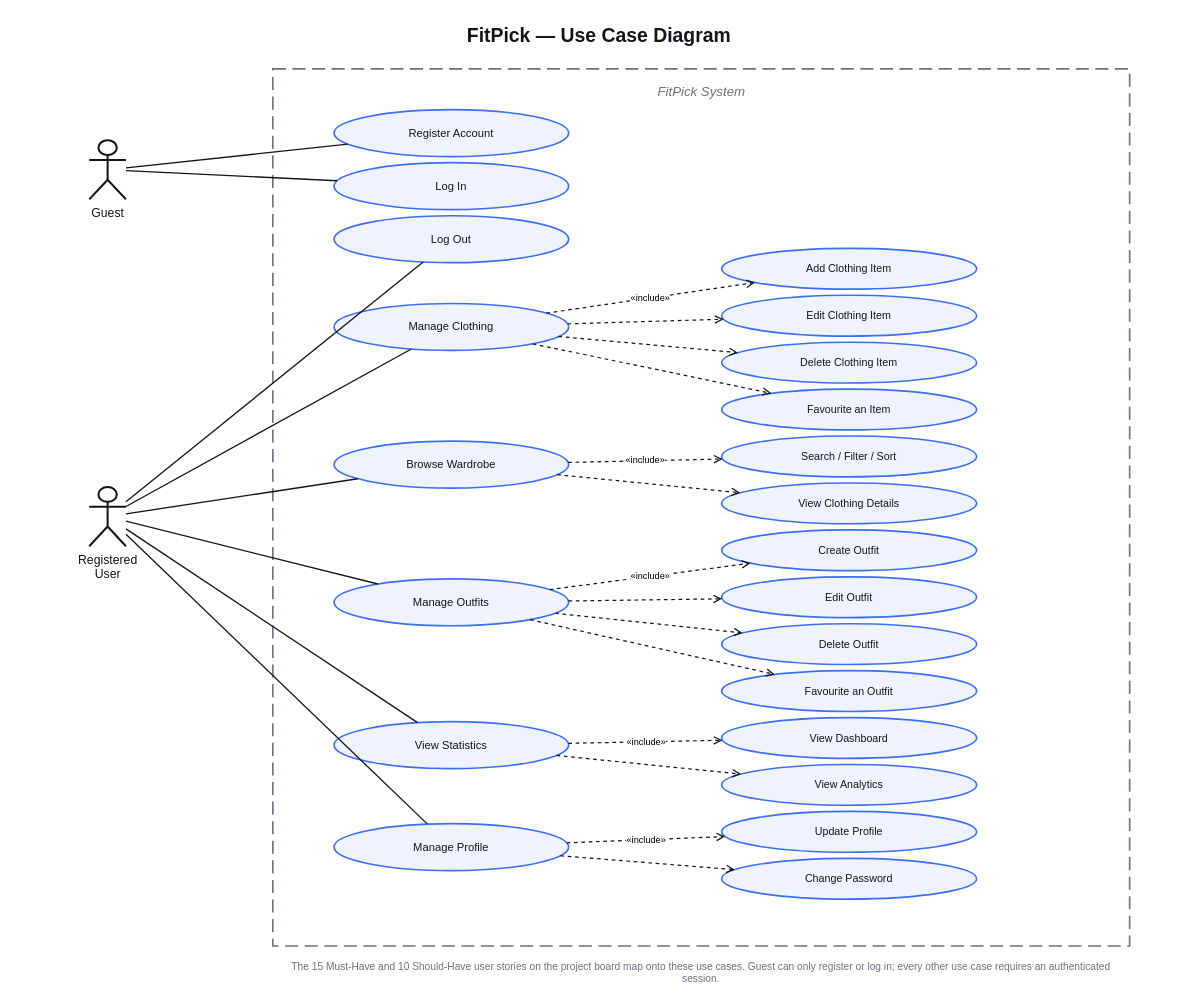
nithi0307/fitpick keeps this draw.io diagram as docs/design/diagrams/use-case.drawio. Above is the earlier version. Source tidied: cells renumbered, new cells numbered last; positions are measured from the earlier drawing's top-left corner, leaving out a move shared by most shapes. Both pictures are drawn from the tidied source at 102%, with x=0, y=0 at pixel (17, 17).
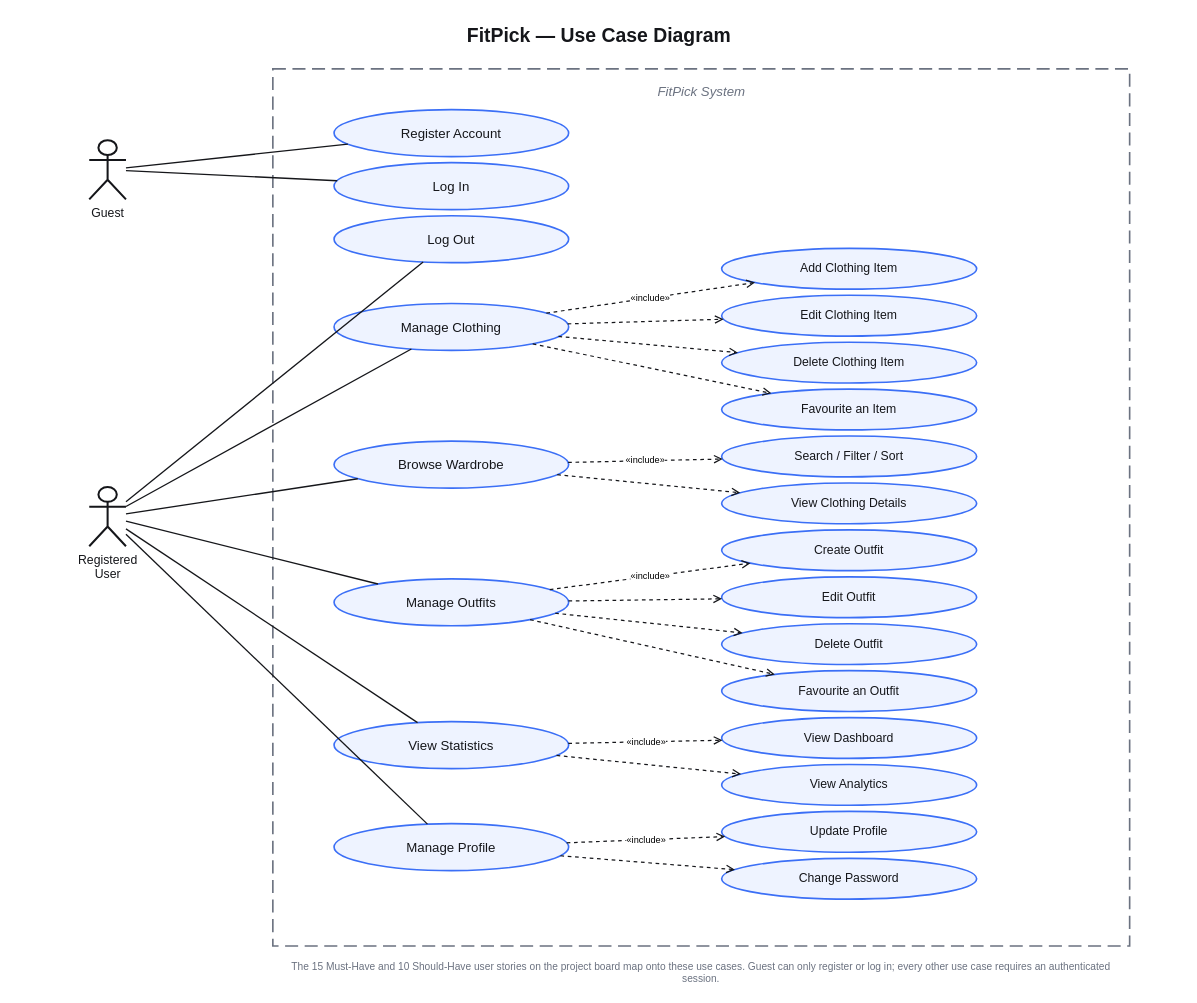
Above is the later version.

The edit, as a diff of the source:
```diff
@@
-    <mxCell id="6" value="Register Account" style="ellipse;whiteSpace=wrap;html=1;fillColor=#eef3ff;strokeColor=#3b6ff6;strokeWidth=1.6;fontSize=11;fontColor=#15161a;" parent="1" vertex="1">
+    <mxCell id="6" value="Register Account" style="ellipse;whiteSpace=wrap;html=1;fillColor=#eef3ff;strokeColor=#3b6ff6;strokeWidth=1.6;fontSize=13;fontColor=#15161a;" parent="1" vertex="1">
       <mxGeometry x="310" y="90" width="230" height="46" as="geometry" />
     </mxCell>
-    <mxCell id="7" value="Log In" style="ellipse;whiteSpace=wrap;html=1;fillColor=#eef3ff;strokeColor=#3b6ff6;strokeWidth=1.6;fontSize=11;fontColor=#15161a;" parent="1" vertex="1">
+    <mxCell id="7" value="Log In" style="ellipse;whiteSpace=wrap;html=1;fillColor=#eef3ff;strokeColor=#3b6ff6;strokeWidth=1.6;fontSize=13;fontColor=#15161a;" parent="1" vertex="1">
       <mxGeometry x="310" y="142" width="230" height="46" as="geometry" />
     </mxCell>
-    <mxCell id="8" value="Log Out" style="ellipse;whiteSpace=wrap;html=1;fillColor=#eef3ff;strokeColor=#3b6ff6;strokeWidth=1.6;fontSize=11;fontColor=#15161a;" parent="1" vertex="1">
+    <mxCell id="8" value="Log Out" style="ellipse;whiteSpace=wrap;html=1;fillColor=#eef3ff;strokeColor=#3b6ff6;strokeWidth=1.6;fontSize=13;fontColor=#15161a;" parent="1" vertex="1">
       <mxGeometry x="310" y="194" width="230" height="46" as="geometry" />
     </mxCell>
-    <mxCell id="9" value="Manage Clothing" style="ellipse;whiteSpace=wrap;html=1;fillColor=#eef3ff;strokeColor=#3b6ff6;strokeWidth=1.6;fontSize=11;fontColor=#15161a;" parent="1" vertex="1">
+    <mxCell id="9" value="Manage Clothing" style="ellipse;whiteSpace=wrap;html=1;fillColor=#eef3ff;strokeColor=#3b6ff6;strokeWidth=1.6;fontSize=13;fontColor=#15161a;" parent="1" vertex="1">
       <mxGeometry x="310" y="280" width="230" height="46" as="geometry" />
     </mxCell>
-    <mxCell id="10" value="Browse Wardrobe" style="ellipse;whiteSpace=wrap;html=1;fillColor=#eef3ff;strokeColor=#3b6ff6;strokeWidth=1.6;fontSize=11;fontColor=#15161a;" parent="1" vertex="1">
+    <mxCell id="10" value="Browse Wardrobe" style="ellipse;whiteSpace=wrap;html=1;fillColor=#eef3ff;strokeColor=#3b6ff6;strokeWidth=1.6;fontSize=13;fontColor=#15161a;" parent="1" vertex="1">
       <mxGeometry x="310" y="415" width="230" height="46" as="geometry" />
     </mxCell>
-    <mxCell id="11" value="Manage Outfits" style="ellipse;whiteSpace=wrap;html=1;fillColor=#eef3ff;strokeColor=#3b6ff6;strokeWidth=1.6;fontSize=11;fontColor=#15161a;" parent="1" vertex="1">
+    <mxCell id="11" value="Manage Outfits" style="ellipse;whiteSpace=wrap;html=1;fillColor=#eef3ff;strokeColor=#3b6ff6;strokeWidth=1.6;fontSize=13;fontColor=#15161a;" parent="1" vertex="1">
       <mxGeometry x="310" y="550" width="230" height="46" as="geometry" />
     </mxCell>
-    <mxCell id="12" value="View Statistics" style="ellipse;whiteSpace=wrap;html=1;fillColor=#eef3ff;strokeColor=#3b6ff6;strokeWidth=1.6;fontSize=11;fontColor=#15161a;" parent="1" vertex="1">
+    <mxCell id="12" value="View Statistics" style="ellipse;whiteSpace=wrap;html=1;fillColor=#eef3ff;strokeColor=#3b6ff6;strokeWidth=1.6;fontSize=13;fontColor=#15161a;" parent="1" vertex="1">
       <mxGeometry x="310" y="690" width="230" height="46" as="geometry" />
     </mxCell>
-    <mxCell id="13" value="Manage Profile" style="ellipse;whiteSpace=wrap;html=1;fillColor=#eef3ff;strokeColor=#3b6ff6;strokeWidth=1.6;fontSize=11;fontColor=#15161a;" parent="1" vertex="1">
+    <mxCell id="13" value="Manage Profile" style="ellipse;whiteSpace=wrap;html=1;fillColor=#eef3ff;strokeColor=#3b6ff6;strokeWidth=1.6;fontSize=13;fontColor=#15161a;" parent="1" vertex="1">
       <mxGeometry x="310" y="790" width="230" height="46" as="geometry" />
     </mxCell>
-    <mxCell id="14" value="Add Clothing Item" style="ellipse;whiteSpace=wrap;html=1;fillColor=#eef3ff;strokeColor=#3b6ff6;strokeWidth=1.6;fontSize=10.5;fontColor=#15161a;" parent="1" vertex="1">
+    <mxCell id="14" value="Add Clothing Item" style="ellipse;whiteSpace=wrap;html=1;fillColor=#eef3ff;strokeColor=#3b6ff6;strokeWidth=1.6;fontSize=12;fontColor=#15161a;" parent="1" vertex="1">
       <mxGeometry x="690" y="226" width="250" height="40" as="geometry" />
     </mxCell>
-    <mxCell id="15" value="Edit Clothing Item" style="ellipse;whiteSpace=wrap;html=1;fillColor=#eef3ff;strokeColor=#3b6ff6;strokeWidth=1.6;fontSize=10.5;fontColor=#15161a;" parent="1" vertex="1">
+    <mxCell id="15" value="Edit Clothing Item" style="ellipse;whiteSpace=wrap;html=1;fillColor=#eef3ff;strokeColor=#3b6ff6;strokeWidth=1.6;fontSize=12;fontColor=#15161a;" parent="1" vertex="1">
       <mxGeometry x="690" y="272" width="250" height="40" as="geometry" />
     </mxCell>
-    <mxCell id="16" value="Delete Clothing Item" style="ellipse;whiteSpace=wrap;html=1;fillColor=#eef3ff;strokeColor=#3b6ff6;strokeWidth=1.6;fontSize=10.5;fontColor=#15161a;" parent="1" vertex="1">
+    <mxCell id="16" value="Delete Clothing Item" style="ellipse;whiteSpace=wrap;html=1;fillColor=#eef3ff;strokeColor=#3b6ff6;strokeWidth=1.6;fontSize=12;fontColor=#15161a;" parent="1" vertex="1">
       <mxGeometry x="690" y="318" width="250" height="40" as="geometry" />
     </mxCell>
-    <mxCell id="17" value="Favourite an Item" style="ellipse;whiteSpace=wrap;html=1;fillColor=#eef3ff;strokeColor=#3b6ff6;strokeWidth=1.6;fontSize=10.5;fontColor=#15161a;" parent="1" vertex="1">
+    <mxCell id="17" value="Favourite an Item" style="ellipse;whiteSpace=wrap;html=1;fillColor=#eef3ff;strokeColor=#3b6ff6;strokeWidth=1.6;fontSize=12;fontColor=#15161a;" parent="1" vertex="1">
       <mxGeometry x="690" y="364" width="250" height="40" as="geometry" />
     </mxCell>
-    <mxCell id="18" value="Search / Filter / Sort" style="ellipse;whiteSpace=wrap;html=1;fillColor=#eef3ff;strokeColor=#3b6ff6;strokeWidth=1.6;fontSize=10.5;fontColor=#15161a;" parent="1" vertex="1">
+    <mxCell id="18" value="Search / Filter / Sort" style="ellipse;whiteSpace=wrap;html=1;fillColor=#eef3ff;strokeColor=#3b6ff6;strokeWidth=1.6;fontSize=12;fontColor=#15161a;" parent="1" vertex="1">
       <mxGeometry x="690" y="410" width="250" height="40" as="geometry" />
     </mxCell>
-    <mxCell id="19" value="View Clothing Details" style="ellipse;whiteSpace=wrap;html=1;fillColor=#eef3ff;strokeColor=#3b6ff6;strokeWidth=1.6;fontSize=10.5;fontColor=#15161a;" parent="1" vertex="1">
+    <mxCell id="19" value="View Clothing Details" style="ellipse;whiteSpace=wrap;html=1;fillColor=#eef3ff;strokeColor=#3b6ff6;strokeWidth=1.6;fontSize=12;fontColor=#15161a;" parent="1" vertex="1">
       <mxGeometry x="690" y="456" width="250" height="40" as="geometry" />
     </mxCell>
-    <mxCell id="20" value="Create Outfit" style="ellipse;whiteSpace=wrap;html=1;fillColor=#eef3ff;strokeColor=#3b6ff6;strokeWidth=1.6;fontSize=10.5;fontColor=#15161a;" parent="1" vertex="1">
+    <mxCell id="20" value="Create Outfit" style="ellipse;whiteSpace=wrap;html=1;fillColor=#eef3ff;strokeColor=#3b6ff6;strokeWidth=1.6;fontSize=12;fontColor=#15161a;" parent="1" vertex="1">
       <mxGeometry x="690" y="502" width="250" height="40" as="geometry" />
     </mxCell>
-    <mxCell id="21" value="Edit Outfit" style="ellipse;whiteSpace=wrap;html=1;fillColor=#eef3ff;strokeColor=#3b6ff6;strokeWidth=1.6;fontSize=10.5;fontColor=#15161a;" parent="1" vertex="1">
+    <mxCell id="21" value="Edit Outfit" style="ellipse;whiteSpace=wrap;html=1;fillColor=#eef3ff;strokeColor=#3b6ff6;strokeWidth=1.6;fontSize=12;fontColor=#15161a;" parent="1" vertex="1">
       <mxGeometry x="690" y="548" width="250" height="40" as="geometry" />
     </mxCell>
-    <mxCell id="22" value="Delete Outfit" style="ellipse;whiteSpace=wrap;html=1;fillColor=#eef3ff;strokeColor=#3b6ff6;strokeWidth=1.6;fontSize=10.5;fontColor=#15161a;" parent="1" vertex="1">
+    <mxCell id="22" value="Delete Outfit" style="ellipse;whiteSpace=wrap;html=1;fillColor=#eef3ff;strokeColor=#3b6ff6;strokeWidth=1.6;fontSize=12;fontColor=#15161a;" parent="1" vertex="1">
       <mxGeometry x="690" y="594" width="250" height="40" as="geometry" />
     </mxCell>
-    <mxCell id="23" value="Favourite an Outfit" style="ellipse;whiteSpace=wrap;html=1;fillColor=#eef3ff;strokeColor=#3b6ff6;strokeWidth=1.6;fontSize=10.5;fontColor=#15161a;" parent="1" vertex="1">
+    <mxCell id="23" value="Favourite an Outfit" style="ellipse;whiteSpace=wrap;html=1;fillColor=#eef3ff;strokeColor=#3b6ff6;strokeWidth=1.6;fontSize=12;fontColor=#15161a;" parent="1" vertex="1">
       <mxGeometry x="690" y="640" width="250" height="40" as="geometry" />
     </mxCell>
-    <mxCell id="24" value="View Dashboard" style="ellipse;whiteSpace=wrap;html=1;fillColor=#eef3ff;strokeColor=#3b6ff6;strokeWidth=1.6;fontSize=10.5;fontColor=#15161a;" parent="1" vertex="1">
+    <mxCell id="24" value="View Dashboard" style="ellipse;whiteSpace=wrap;html=1;fillColor=#eef3ff;strokeColor=#3b6ff6;strokeWidth=1.6;fontSize=12;fontColor=#15161a;" parent="1" vertex="1">
       <mxGeometry x="690" y="686" width="250" height="40" as="geometry" />
     </mxCell>
-    <mxCell id="25" value="View Analytics" style="ellipse;whiteSpace=wrap;html=1;fillColor=#eef3ff;strokeColor=#3b6ff6;strokeWidth=1.6;fontSize=10.5;fontColor=#15161a;" parent="1" vertex="1">
+    <mxCell id="25" value="View Analytics" style="ellipse;whiteSpace=wrap;html=1;fillColor=#eef3ff;strokeColor=#3b6ff6;strokeWidth=1.6;fontSize=12;fontColor=#15161a;" parent="1" vertex="1">
       <mxGeometry x="690" y="732" width="250" height="40" as="geometry" />
     </mxCell>
-    <mxCell id="26" value="Update Profile" style="ellipse;whiteSpace=wrap;html=1;fillColor=#eef3ff;strokeColor=#3b6ff6;strokeWidth=1.6;fontSize=10.5;fontColor=#15161a;" parent="1" vertex="1">
+    <mxCell id="26" value="Update Profile" style="ellipse;whiteSpace=wrap;html=1;fillColor=#eef3ff;strokeColor=#3b6ff6;strokeWidth=1.6;fontSize=12;fontColor=#15161a;" parent="1" vertex="1">
       <mxGeometry x="690" y="778" width="250" height="40" as="geometry" />
     </mxCell>
-    <mxCell id="27" value="Change Password" style="ellipse;whiteSpace=wrap;html=1;fillColor=#eef3ff;strokeColor=#3b6ff6;strokeWidth=1.6;fontSize=10.5;fontColor=#15161a;" parent="1" vertex="1">
+    <mxCell id="27" value="Change Password" style="ellipse;whiteSpace=wrap;html=1;fillColor=#eef3ff;strokeColor=#3b6ff6;strokeWidth=1.6;fontSize=12;fontColor=#15161a;" parent="1" vertex="1">
       <mxGeometry x="690" y="824" width="250" height="40" as="geometry" />
     </mxCell>
```
